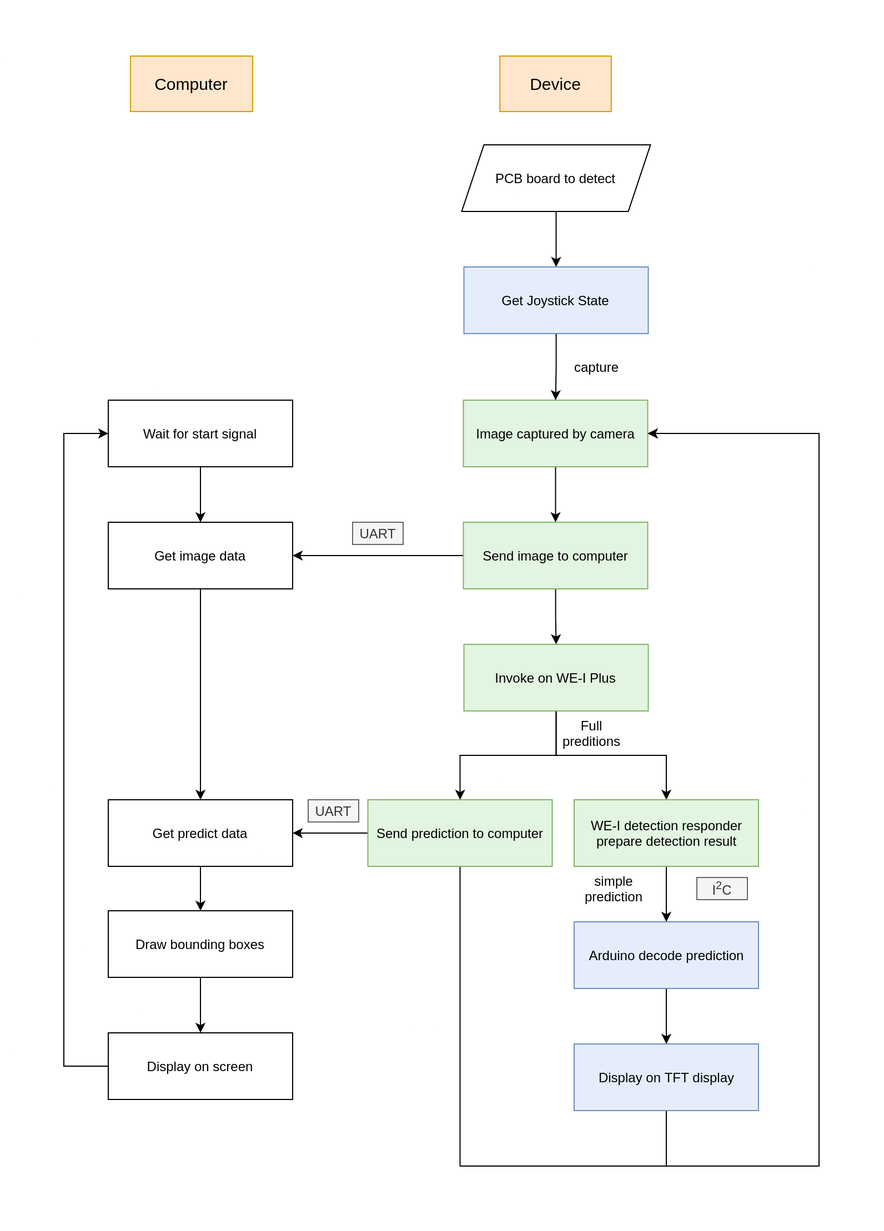
Earlier version of the draw.io export pictures/flowchart.png (OxygenDragon/solder-joint-detection). Source tidied: cells renumbered, new cells last; positions are measured from the earlier drawing's top-left corner, leaving out a move shared by most shapes.
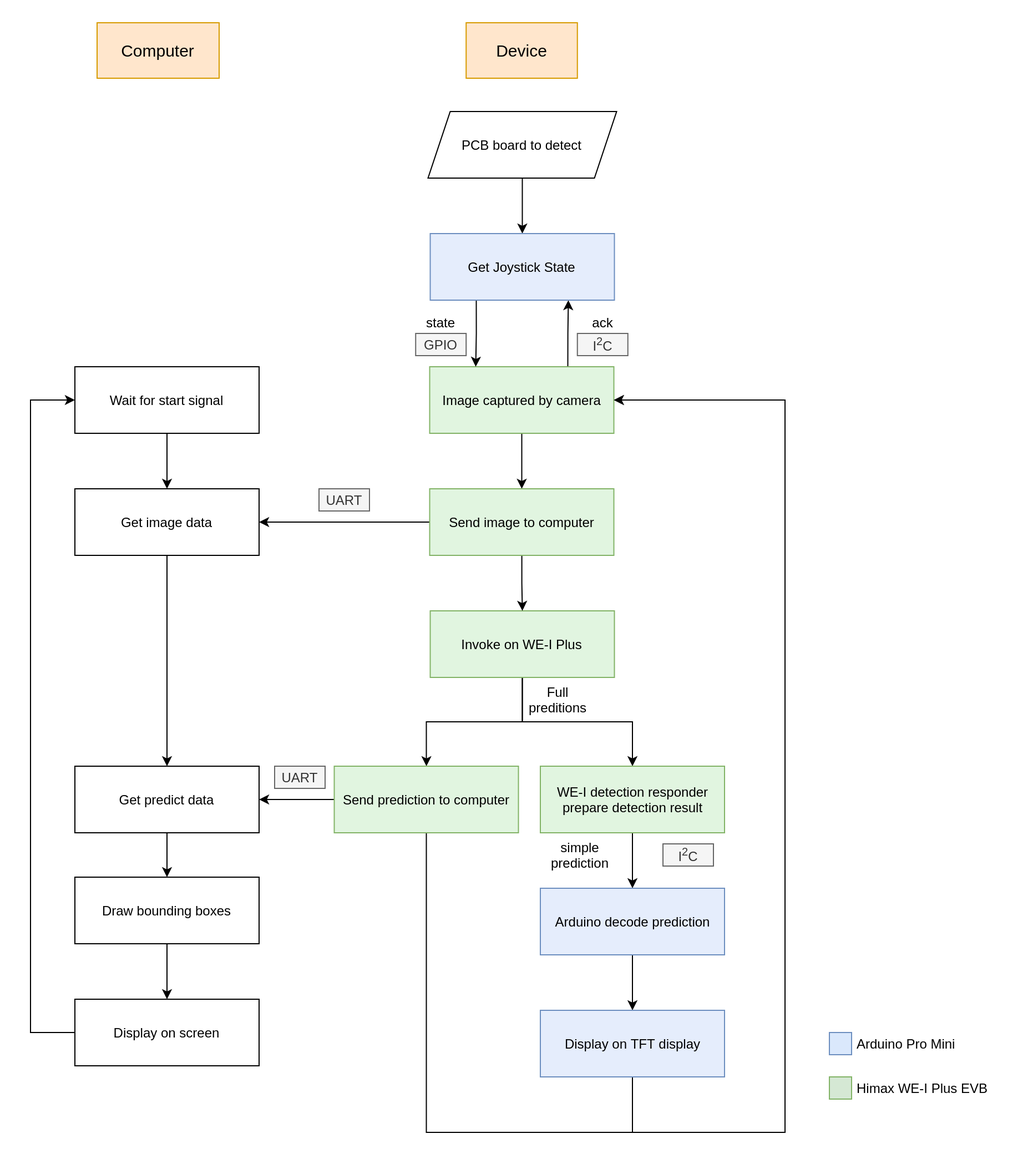
The same diagram one commit later.

The edit, as a diff of the source:
```diff
@@ -2,14 +2,14 @@
   <root>
     <mxCell id="0" />
     <mxCell id="1" parent="0" />
-    <mxCell id="2" value="capture" style="text;html=1;strokeColor=none;fillColor=none;align=center;verticalAlign=middle;whiteSpace=wrap;rounded=0;" parent="1" vertex="1">
-      <mxGeometry x="459.5" y="270" width="40" height="20" as="geometry" />
-    </mxCell>
     <mxCell id="3" style="edgeStyle=orthogonalEdgeStyle;rounded=0;jettySize=auto;html=1;" parent="1" edge="1" source="4">
       <mxGeometry relative="1" as="geometry">
         <mxPoint x="442.8" y="420" as="targetPoint" />
       </mxGeometry>
     </mxCell>
+    <mxCell id="41" style="edgeStyle=orthogonalEdgeStyle;rounded=0;jettySize=auto;html=1;exitX=0.75;exitY=0;exitDx=0;exitDy=0;entryX=0.75;entryY=1;entryDx=0;entryDy=0;" parent="1" edge="1" source="4" target="40">
+      <mxGeometry relative="1" as="geometry" />
+    </mxCell>
     <mxCell id="4" value="Image captured by camera" style="rounded=0;whiteSpace=wrap;html=1;strokeColor=#82b366;fillColor=#E1F5E0;" parent="1" vertex="1">
       <mxGeometry x="359.8" y="310" width="166" height="60" as="geometry" />
     </mxCell>
@@ -132,11 +132,35 @@
     <mxCell id="38" value="Device" style="text;html=1;strokeColor=#d79b00;fillColor=#ffe6cc;align=center;verticalAlign=middle;whiteSpace=wrap;rounded=0;fontSize=15;" parent="1" vertex="1">
       <mxGeometry x="392.6" width="100.2" height="50" as="geometry" />
     </mxCell>
-    <mxCell id="39" style="edgeStyle=orthogonalEdgeStyle;rounded=0;jettySize=auto;html=1;" parent="1" edge="1" source="40" target="4">
+    <mxCell id="39" style="edgeStyle=orthogonalEdgeStyle;rounded=0;jettySize=auto;html=1;exitX=0.25;exitY=1;exitDx=0;exitDy=0;entryX=0.25;entryY=0;entryDx=0;entryDy=0;" parent="1" edge="1" source="40" target="4">
       <mxGeometry relative="1" as="geometry" />
     </mxCell>
     <mxCell id="40" value="Get Joystick State" style="rounded=0;whiteSpace=wrap;html=1;strokeColor=#6c8ebf;fillColor=#E5EDFC;" parent="1" vertex="1">
       <mxGeometry x="360.2" y="190" width="166" height="60" as="geometry" />
     </mxCell>
+    <mxCell id="42" style="whiteSpace=wrap;html=1;fillColor=#dae8fc;strokeColor=#6c8ebf;" parent="1" vertex="1">
+      <mxGeometry x="720" y="910" width="20" height="20" as="geometry" />
+    </mxCell>
+    <mxCell id="43" value="Arduino Pro Mini" style="text;html=1;strokeColor=none;fillColor=none;align=left;verticalAlign=middle;whiteSpace=wrap;rounded=0;" parent="1" vertex="1">
+      <mxGeometry x="743" y="910" width="100" height="20" as="geometry" />
+    </mxCell>
+    <mxCell id="44" style="whiteSpace=wrap;html=1;fillColor=#d5e8d4;strokeColor=#82b366;" parent="1" vertex="1">
+      <mxGeometry x="720" y="950" width="20" height="20" as="geometry" />
+    </mxCell>
+    <mxCell id="45" value="Himax WE-I Plus EVB" style="text;html=1;strokeColor=none;fillColor=none;align=left;verticalAlign=middle;whiteSpace=wrap;rounded=0;" parent="1" vertex="1">
+      <mxGeometry x="743" y="950" width="140" height="20" as="geometry" />
+    </mxCell>
+    <mxCell id="46" value="GPIO" style="text;html=1;strokeColor=#666666;fillColor=#f5f5f5;align=center;verticalAlign=middle;whiteSpace=wrap;rounded=0;fontColor=#333333;" parent="1" vertex="1">
+      <mxGeometry x="347.1" y="280" width="45.5" height="20" as="geometry" />
+    </mxCell>
+    <mxCell id="47" value="ack" style="text;html=1;strokeColor=none;fillColor=none;align=center;verticalAlign=middle;whiteSpace=wrap;rounded=0;" parent="1" vertex="1">
+      <mxGeometry x="495.6" y="260" width="40" height="20" as="geometry" />
+    </mxCell>
+    <mxCell id="48" value="I&lt;sup&gt;2&lt;/sup&gt;C" style="text;html=1;strokeColor=#666666;fillColor=#f5f5f5;align=center;verticalAlign=middle;whiteSpace=wrap;rounded=0;fontColor=#333333;" parent="1" vertex="1">
+      <mxGeometry x="492.9" y="280" width="45.5" height="20" as="geometry" />
+    </mxCell>
+    <mxCell id="49" value="state" style="text;html=1;strokeColor=none;fillColor=none;align=center;verticalAlign=middle;whiteSpace=wrap;rounded=0;" parent="1" vertex="1">
+      <mxGeometry x="349.9" y="260" width="40" height="20" as="geometry" />
+    </mxCell>
   </root>
 </mxGraphModel>
```
